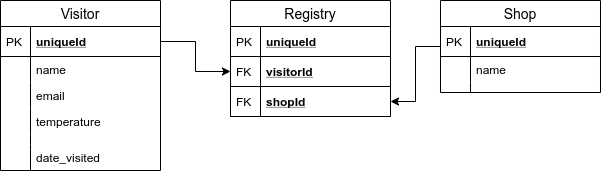
JhonSanz/mall-quarantine keeps this draw.io diagram as database.png. Above is the earlier version. Source tidied: cells renumbered, new cells last; positions are measured from the earlier drawing's top-left corner, leaving out a move shared by most shapes.
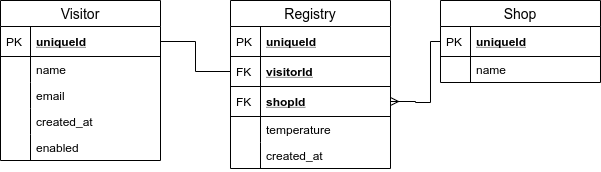
Later version of the same file.

Diff of the diagram source:
```diff
@@ -3,7 +3,7 @@
     <mxCell id="0" />
     <mxCell id="1" parent="0" />
     <mxCell id="2" value="Visitor" style="swimlane;fontStyle=0;horizontal=1;startSize=26;align=center;fontSize=14;" parent="1" vertex="1">
-      <mxGeometry width="160" height="170" as="geometry" />
+      <mxGeometry width="160" height="160" as="geometry" />
     </mxCell>
     <mxCell id="3" value="uniqueId" style="shape=partialRectangle;top=0;left=0;right=0;bottom=1;align=left;verticalAlign=middle;fillColor=none;spacingLeft=34;spacingRight=4;overflow=hidden;points=[[0,0.5],[1,0.5]];portConstraint=eastwest;fontStyle=5;fontSize=12;" parent="2" vertex="1">
       <mxGeometry y="26" width="160" height="30" as="geometry" />
@@ -23,29 +23,29 @@
     <mxCell id="8" style="shape=partialRectangle;top=0;left=0;bottom=0;fillColor=none;align=left;verticalAlign=top;spacingLeft=4;spacingRight=4;overflow=hidden;fontSize=12;" parent="7" vertex="1">
       <mxGeometry width="30" height="26" as="geometry" />
     </mxCell>
-    <mxCell id="9" value="temperature" style="shape=partialRectangle;top=0;left=0;right=0;bottom=0;align=left;verticalAlign=top;fillColor=none;spacingLeft=34;spacingRight=4;overflow=hidden;fontSize=12;" parent="2" vertex="1">
-      <mxGeometry y="108" width="160" height="26" as="geometry" />
-    </mxCell>
-    <mxCell id="10" style="shape=partialRectangle;top=0;left=0;bottom=0;fillColor=none;align=left;verticalAlign=top;spacingLeft=4;spacingRight=4;overflow=hidden;fontSize=12;" parent="9" vertex="1">
-      <mxGeometry width="30" height="26" as="geometry" />
-    </mxCell>
-    <mxCell id="11" style="shape=partialRectangle;top=0;left=0;right=0;bottom=0;align=left;verticalAlign=top;fillColor=none;spacingLeft=34;spacingRight=4;overflow=hidden;fontSize=12;" parent="2" vertex="1">
-      <mxGeometry y="134" width="160" height="10" as="geometry" />
-    </mxCell>
-    <mxCell id="12" style="shape=partialRectangle;top=0;left=0;bottom=0;fillColor=none;align=left;verticalAlign=top;spacingLeft=4;spacingRight=4;overflow=hidden;fontSize=12;" parent="11" vertex="1">
-      <mxGeometry width="30" height="10" as="geometry" />
-    </mxCell>
+    <mxCell id="31" value="created_at" style="shape=partialRectangle;top=0;left=0;right=0;bottom=0;align=left;verticalAlign=top;fillColor=none;spacingLeft=34;spacingRight=4;overflow=hidden;fontSize=12;" parent="2" vertex="1">
+      <mxGeometry y="108" width="160" height="26" as="geometry" />
+    </mxCell>
+    <mxCell id="32" style="shape=partialRectangle;top=0;left=0;bottom=0;fillColor=none;align=left;verticalAlign=top;spacingLeft=4;spacingRight=4;overflow=hidden;fontSize=12;" parent="31" vertex="1">
+      <mxGeometry width="30" height="26" as="geometry" />
+    </mxCell>
-    <mxCell id="13" value="date_visited" style="shape=partialRectangle;top=0;left=0;right=0;bottom=0;align=left;verticalAlign=top;fillColor=none;spacingLeft=34;spacingRight=4;overflow=hidden;fontSize=12;" parent="2" vertex="1">
-      <mxGeometry y="144" width="160" height="26" as="geometry" />
+    <mxCell id="13" value="enabled" style="shape=partialRectangle;top=0;left=0;right=0;bottom=0;align=left;verticalAlign=top;fillColor=none;spacingLeft=34;spacingRight=4;overflow=hidden;fontSize=12;" parent="2" vertex="1">
+      <mxGeometry y="134" width="160" height="26" as="geometry" />
     </mxCell>
     <mxCell id="14" style="shape=partialRectangle;top=0;left=0;bottom=0;fillColor=none;align=left;verticalAlign=top;spacingLeft=4;spacingRight=4;overflow=hidden;fontSize=12;" parent="13" vertex="1">
       <mxGeometry width="30" height="26" as="geometry" />
     </mxCell>
-    <mxCell id="15" style="edgeStyle=orthogonalEdgeStyle;rounded=0;jettySize=auto;html=1;entryX=1;entryY=0.5;entryDx=0;entryDy=0;" parent="1" edge="1" source="16" target="28">
-      <mxGeometry relative="1" as="geometry" />
+    <mxCell id="15" style="edgeStyle=orthogonalEdgeStyle;rounded=0;jettySize=auto;html=1;entryX=1;entryY=0.5;entryDx=0;entryDy=0;endArrow=ERmany;endFill=0;" parent="1" edge="1" source="16" target="28">
+      <mxGeometry relative="1" as="geometry">
+        <Array as="points">
+          <mxPoint x="430" y="41" />
+          <mxPoint x="430" y="102" />
+          <mxPoint x="415" y="102" />
+        </Array>
+      </mxGeometry>
     </mxCell>
     <mxCell id="16" value="Shop" style="swimlane;fontStyle=0;horizontal=1;startSize=26;align=center;fontSize=14;" parent="1" vertex="1">
-      <mxGeometry x="440" width="160" height="92" as="geometry" />
+      <mxGeometry x="440" width="160" height="82" as="geometry" />
     </mxCell>
     <mxCell id="17" value="uniqueId" style="shape=partialRectangle;top=0;left=0;right=0;bottom=1;align=left;verticalAlign=middle;fillColor=none;spacingLeft=34;spacingRight=4;overflow=hidden;fontStyle=5;fontSize=12;" parent="16" vertex="1">
       <mxGeometry y="26" width="160" height="30" as="geometry" />
@@ -59,14 +59,8 @@
     <mxCell id="20" style="shape=partialRectangle;top=0;left=0;bottom=0;fillColor=none;align=left;verticalAlign=top;spacingLeft=4;spacingRight=4;overflow=hidden;fontSize=12;" parent="19" vertex="1">
       <mxGeometry width="30" height="26" as="geometry" />
     </mxCell>
-    <mxCell id="21" style="shape=partialRectangle;top=0;left=0;right=0;bottom=0;align=left;verticalAlign=top;fillColor=none;spacingLeft=34;spacingRight=4;overflow=hidden;fontSize=12;" parent="16" vertex="1">
-      <mxGeometry y="82" width="160" height="10" as="geometry" />
-    </mxCell>
-    <mxCell id="22" style="shape=partialRectangle;top=0;left=0;bottom=0;fillColor=none;align=left;verticalAlign=top;spacingLeft=4;spacingRight=4;overflow=hidden;fontSize=12;" parent="21" vertex="1">
-      <mxGeometry width="30" height="10" as="geometry" />
-    </mxCell>
     <mxCell id="23" value="Registry" style="swimlane;fontStyle=0;horizontal=1;startSize=26;align=center;fontSize=14;" parent="1" vertex="1">
-      <mxGeometry x="230" width="160" height="116" as="geometry" />
+      <mxGeometry x="230" width="160" height="168" as="geometry" />
     </mxCell>
     <mxCell id="24" value="uniqueId" style="shape=partialRectangle;top=0;left=0;right=0;bottom=1;align=left;verticalAlign=middle;fillColor=none;spacingLeft=34;spacingRight=4;overflow=hidden;fontStyle=5;fontSize=12;" parent="23" vertex="1">
       <mxGeometry y="26" width="160" height="30" as="geometry" />
@@ -86,7 +80,19 @@
     <mxCell id="29" value="FK" style="shape=partialRectangle;top=0;left=0;bottom=0;fillColor=none;align=left;verticalAlign=middle;spacingLeft=4;spacingRight=4;overflow=hidden;fontSize=12;" parent="28" vertex="1">
       <mxGeometry width="30" height="30" as="geometry" />
     </mxCell>
+    <mxCell id="9" value="temperature" style="shape=partialRectangle;top=0;left=0;right=0;bottom=0;align=left;verticalAlign=top;fillColor=none;spacingLeft=34;spacingRight=4;overflow=hidden;fontSize=12;" parent="23" vertex="1">
+      <mxGeometry y="116" width="160" height="26" as="geometry" />
+    </mxCell>
+    <mxCell id="10" style="shape=partialRectangle;top=0;left=0;bottom=0;fillColor=none;align=left;verticalAlign=top;spacingLeft=4;spacingRight=4;overflow=hidden;fontSize=12;" parent="9" vertex="1">
+      <mxGeometry width="30" height="26" as="geometry" />
+    </mxCell>
+    <mxCell id="33" value="created_at" style="shape=partialRectangle;top=0;left=0;right=0;bottom=0;align=left;verticalAlign=top;fillColor=none;spacingLeft=34;spacingRight=4;overflow=hidden;fontSize=12;" parent="23" vertex="1">
+      <mxGeometry y="142" width="160" height="26" as="geometry" />
+    </mxCell>
+    <mxCell id="34" style="shape=partialRectangle;top=0;left=0;bottom=0;fillColor=none;align=left;verticalAlign=top;spacingLeft=4;spacingRight=4;overflow=hidden;fontSize=12;" parent="33" vertex="1">
+      <mxGeometry width="30" height="26" as="geometry" />
+    </mxCell>
-    <mxCell id="30" style="edgeStyle=orthogonalEdgeStyle;rounded=0;jettySize=auto;html=1;entryX=0;entryY=0.5;entryDx=0;entryDy=0;" parent="1" edge="1" source="3" target="26">
+    <mxCell id="30" style="edgeStyle=orthogonalEdgeStyle;rounded=0;jettySize=auto;html=1;entryX=0;entryY=0.5;entryDx=0;entryDy=0;endArrow=none;endFill=0;" parent="1" edge="1" source="3" target="26">
       <mxGeometry relative="1" as="geometry" />
     </mxCell>
   </root>
```
